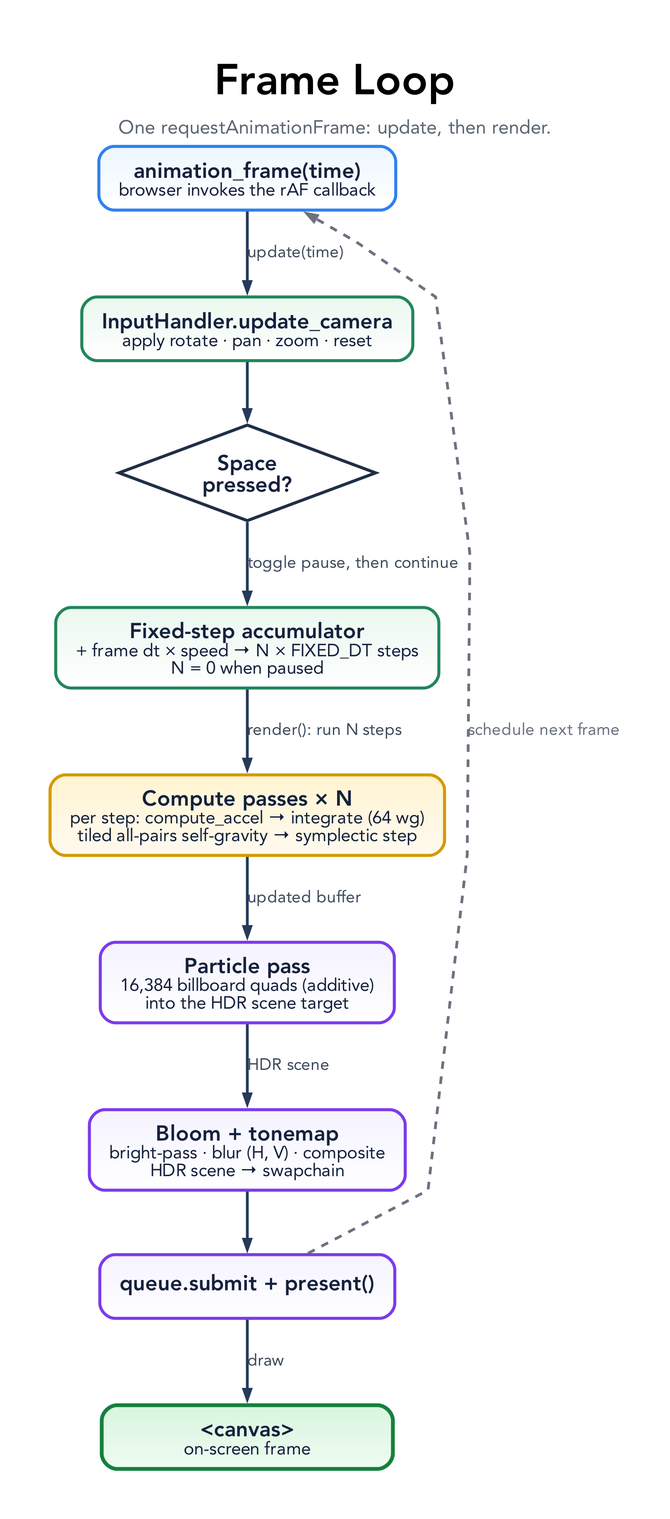
tre-systems/galacto keeps this Graphviz diagram as docs/diagrams/frame-loop.png. Above is the earlier version. Its source is kept beside it as docs/diagrams/frame-loop.dot.
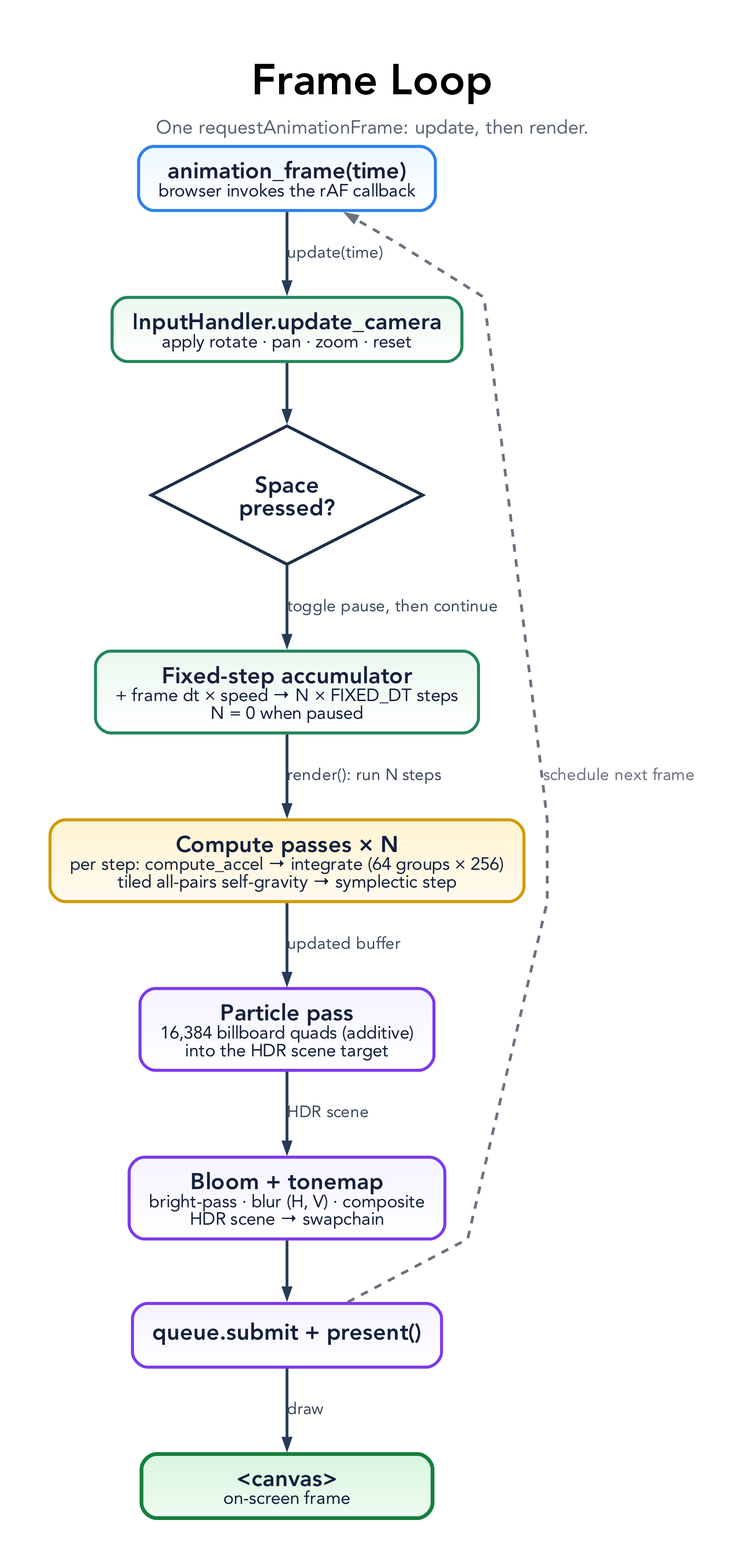
After the change.

Commit message:
docs(diagrams): add GPU-buffers diagram; fix system-overview + frame-loop

What changed in the source:
```diff
@@ -27,7 +27,7 @@
     width=3.2,
     height=0.7,
     fontname="Avenir",
-    fontsize=17,
+    fontsize=18,
     penwidth=2.4,
     fontcolor="#14213d",
     color="#2264c7",
@@ -50,7 +50,7 @@
   U2 [shape=diamond, style=filled, fillcolor="#ffffff", color="#1f2f46", penwidth=2.4, width=2.4, height=1.05, label=<<B>Space<BR/>pressed?</B>>];
   U3 [label=<<B>Fixed-step accumulator</B><BR/><FONT POINT-SIZE="14">+ frame dt × speed → N × FIXED_DT steps<BR/>N = 0 when paused</FONT>>, fillcolor="#eaf8ef:#ffffff", color="#22865a"];
 
-  CP [label=<<B>Compute passes × N</B><BR/><FONT POINT-SIZE="14">per step: compute_accel → integrate (64 wg)<BR/>tiled all-pairs self-gravity → symplectic step</FONT>>, fillcolor="#fff4d1:#fffaf0", color="#d39a00"];
+  CP [label=<<B>Compute passes × N</B><BR/><FONT POINT-SIZE="14">per step: compute_accel → integrate (64 groups × 256)<BR/>tiled all-pairs self-gravity → symplectic step</FONT>>, fillcolor="#fff4d1:#fffaf0", color="#d39a00"];
   RP [label=<<B>Particle pass</B><BR/><FONT POINT-SIZE="14">16,384 billboard quads (additive)<BR/>into the HDR scene target</FONT>>, fillcolor="#f5f3ff:#ffffff", color="#7c3aed"];
   BLOOM [label=<<B>Bloom + tonemap</B><BR/><FONT POINT-SIZE="14">bright-pass · blur (H, V) · composite<BR/>HDR scene → swapchain</FONT>>, fillcolor="#f5f3ff:#ffffff", color="#7c3aed"];
   PRES [label=<<B>queue.submit + present()</B>>, fillcolor="#f5f3ff:#ffffff", color="#7c3aed"];
```
